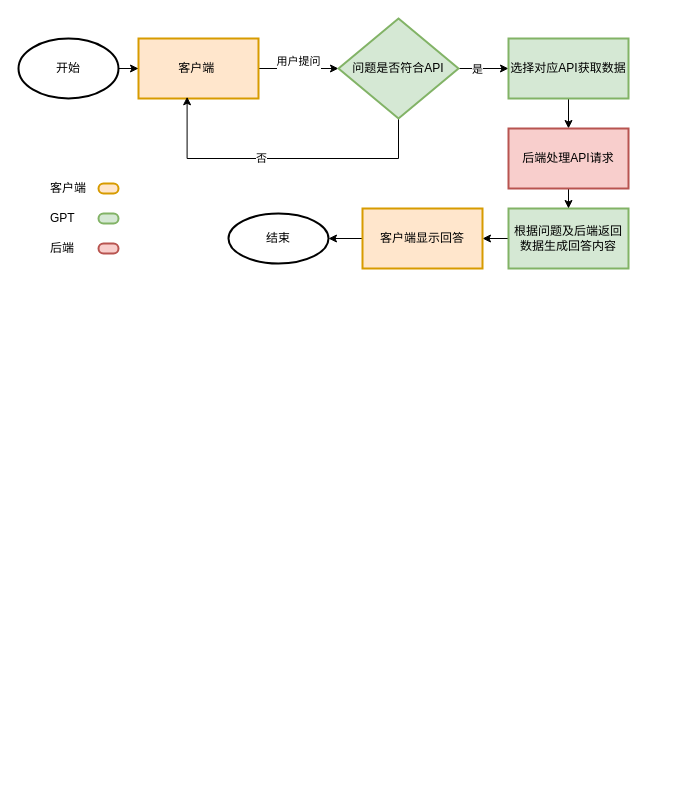
buggzd/UnityFiresimulation keeps this draw.io diagram as page "第 2 页" (2 of 2) of graph/未命名绘图.drawio. Above is the earlier version. Source tidied: cells renumbered, new cells numbered last; positions are measured from the earlier drawing's top-left corner, leaving out a move shared by most shapes. Both pictures are drawn from the tidied source at 100%, with x=0, y=0 at pixel (18, 18).
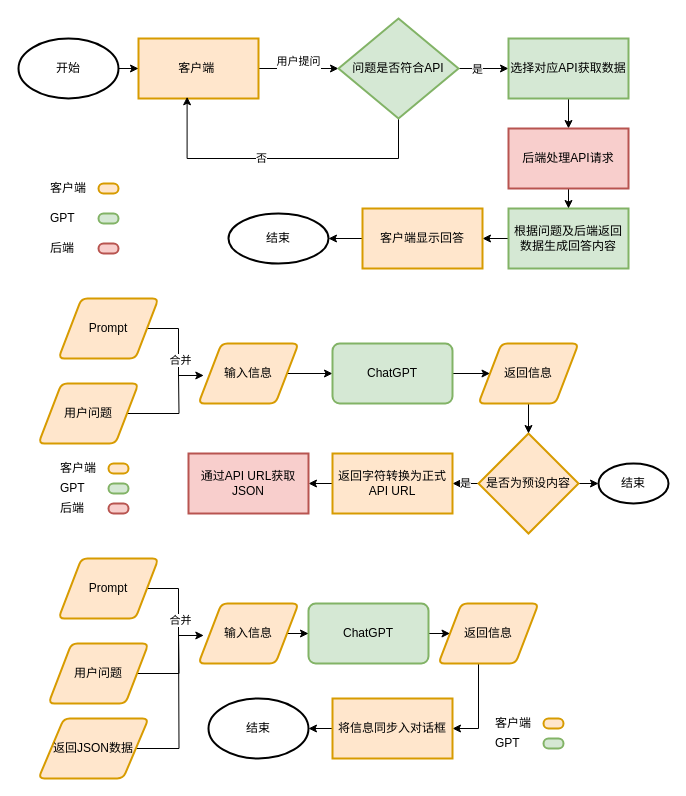
The same page after the edit.

Commit message:
更新未命名绘图.drawio

Diff of the diagram source:
```diff
@@
+    <mxCell id="26" style="edgeStyle=orthogonalEdgeStyle;rounded=0;jettySize=auto;html=1;entryX=0.053;entryY=0.533;entryDx=0;entryDy=0;entryPerimeter=0;" parent="1" edge="1" source="28" target="32">
+      <mxGeometry relative="1" as="geometry" />
+    </mxCell>
+    <mxCell id="27" value="合并" style="edgeLabel;html=1;align=center;verticalAlign=middle;" parent="26" vertex="1">
+      <mxGeometry x="0.21" y="1" relative="1" as="geometry" />
+    </mxCell>
+    <mxCell id="28" value="Prompt" style="shape=parallelogram;html=1;strokeWidth=2;perimeter=parallelogramPerimeter;whiteSpace=wrap;rounded=1;arcSize=12;size=0.23;fillColor=#ffe6cc;strokeColor=#d79b00;" parent="1" vertex="1">
+      <mxGeometry x="40" y="280" width="100" height="60" as="geometry" />
+    </mxCell>
+    <mxCell id="29" style="edgeStyle=orthogonalEdgeStyle;rounded=0;jettySize=auto;html=1;endArrow=none;endFill=0;" parent="1" edge="1" source="30">
+      <mxGeometry relative="1" as="geometry">
+        <mxPoint x="160" y="355" as="targetPoint" />
+      </mxGeometry>
+    </mxCell>
+    <mxCell id="30" value="用户问题" style="shape=parallelogram;html=1;strokeWidth=2;perimeter=parallelogramPerimeter;whiteSpace=wrap;rounded=1;arcSize=12;size=0.23;fillColor=#ffe6cc;strokeColor=#d79b00;" parent="1" vertex="1">
+      <mxGeometry x="20" y="365" width="100" height="60" as="geometry" />
+    </mxCell>
+    <mxCell id="31" style="edgeStyle=orthogonalEdgeStyle;rounded=0;jettySize=auto;html=1;" parent="1" edge="1" source="32" target="37">
+      <mxGeometry relative="1" as="geometry" />
+    </mxCell>
+    <mxCell id="32" value="输入信息" style="shape=parallelogram;html=1;strokeWidth=2;perimeter=parallelogramPerimeter;whiteSpace=wrap;rounded=1;arcSize=12;size=0.23;fillColor=#ffe6cc;strokeColor=#d79b00;" parent="1" vertex="1">
+      <mxGeometry x="180" y="325" width="100" height="60" as="geometry" />
+    </mxCell>
+    <mxCell id="33" value="是" style="edgeStyle=orthogonalEdgeStyle;rounded=0;jettySize=auto;html=1;" parent="1" edge="1" source="35" target="41">
+      <mxGeometry relative="1" as="geometry" />
+    </mxCell>
+    <mxCell id="34" style="edgeStyle=orthogonalEdgeStyle;rounded=0;jettySize=auto;html=1;" parent="1" edge="1" source="35">
+      <mxGeometry relative="1" as="geometry">
+        <mxPoint x="580" y="465" as="targetPoint" />
+      </mxGeometry>
+    </mxCell>
+    <mxCell id="35" value="是否为预设内容" style="strokeWidth=2;html=1;shape=mxgraph.flowchart.decision;whiteSpace=wrap;fillColor=#ffe6cc;strokeColor=#d79b00;" parent="1" vertex="1">
+      <mxGeometry x="460" y="415" width="100" height="100" as="geometry" />
+    </mxCell>
+    <mxCell id="36" style="edgeStyle=orthogonalEdgeStyle;rounded=0;jettySize=auto;html=1;entryX=0;entryY=0.5;entryDx=0;entryDy=0;" parent="1" edge="1" source="37" target="39">
+      <mxGeometry relative="1" as="geometry" />
+    </mxCell>
+    <mxCell id="37" value="ChatGPT" style="whiteSpace=wrap;html=1;strokeWidth=2;rounded=1;arcSize=12;fillColor=#d5e8d4;strokeColor=#82b366;" parent="1" vertex="1">
+      <mxGeometry x="314" y="325" width="120" height="60" as="geometry" />
+    </mxCell>
+    <mxCell id="38" style="edgeStyle=orthogonalEdgeStyle;rounded=0;jettySize=auto;html=1;entryX=0.5;entryY=0;entryDx=0;entryDy=0;entryPerimeter=0;" parent="1" edge="1" source="39" target="35">
+      <mxGeometry relative="1" as="geometry" />
+    </mxCell>
+    <mxCell id="39" value="返回信息" style="shape=parallelogram;html=1;strokeWidth=2;perimeter=parallelogramPerimeter;whiteSpace=wrap;rounded=1;arcSize=12;size=0.23;fillColor=#ffe6cc;strokeColor=#d79b00;" parent="1" vertex="1">
+      <mxGeometry x="460" y="325" width="100" height="60" as="geometry" />
+    </mxCell>
+    <mxCell id="40" style="edgeStyle=orthogonalEdgeStyle;rounded=0;jettySize=auto;html=1;" parent="1" edge="1" source="41" target="42">
+      <mxGeometry relative="1" as="geometry" />
+    </mxCell>
+    <mxCell id="41" value="返回字符转换为正式API URL" style="whiteSpace=wrap;html=1;strokeWidth=2;fillColor=#ffe6cc;strokeColor=#d79b00;" parent="1" vertex="1">
+      <mxGeometry x="314" y="435" width="120" height="60" as="geometry" />
+    </mxCell>
+    <mxCell id="42" value="通过API URL获取JSON" style="whiteSpace=wrap;html=1;strokeWidth=2;fillColor=#f8cecc;strokeColor=#b85450;" parent="1" vertex="1">
+      <mxGeometry x="170" y="435" width="120" height="60" as="geometry" />
+    </mxCell>
+    <mxCell id="43" style="rounded=1;whiteSpace=wrap;html=1;absoluteArcSize=1;arcSize=20;strokeWidth=2;fillColor=#ffe6cc;strokeColor=#d79b00;" parent="1" vertex="1">
+      <mxGeometry x="90" y="445" width="20" height="10" as="geometry" />
+    </mxCell>
+    <mxCell id="44" style="rounded=1;whiteSpace=wrap;html=1;absoluteArcSize=1;arcSize=20;strokeWidth=2;fillColor=#d5e8d4;strokeColor=#82b366;" parent="1" vertex="1">
+      <mxGeometry x="90" y="465" width="20" height="10" as="geometry" />
+    </mxCell>
+    <mxCell id="45" style="rounded=1;whiteSpace=wrap;html=1;absoluteArcSize=1;arcSize=20;strokeWidth=2;fillColor=#f8cecc;strokeColor=#b85450;" parent="1" vertex="1">
+      <mxGeometry x="90" y="485" width="20" height="10" as="geometry" />
+    </mxCell>
+    <mxCell id="46" value="客户端" style="text;html=1;strokeColor=none;fillColor=none;align=left;verticalAlign=middle;whiteSpace=wrap;rounded=0;" parent="1" vertex="1">
+      <mxGeometry x="40" y="435" width="60" height="30" as="geometry" />
+    </mxCell>
+    <mxCell id="47" value="GPT" style="text;html=1;strokeColor=none;fillColor=none;align=left;verticalAlign=middle;whiteSpace=wrap;rounded=0;" parent="1" vertex="1">
+      <mxGeometry x="40" y="455" width="60" height="30" as="geometry" />
+    </mxCell>
+    <mxCell id="48" value="后端" style="text;html=1;strokeColor=none;fillColor=none;align=left;verticalAlign=middle;whiteSpace=wrap;rounded=0;" parent="1" vertex="1">
+      <mxGeometry x="40" y="475" width="60" height="30" as="geometry" />
+    </mxCell>
+    <mxCell id="49" value="结束" style="strokeWidth=2;html=1;shape=mxgraph.flowchart.start_1;whiteSpace=wrap;" parent="1" vertex="1">
+      <mxGeometry x="580" y="445" width="70" height="40" as="geometry" />
+    </mxCell>
+    <mxCell id="50" style="edgeStyle=orthogonalEdgeStyle;rounded=0;jettySize=auto;html=1;entryX=0.053;entryY=0.533;entryDx=0;entryDy=0;entryPerimeter=0;" parent="1" edge="1" source="52" target="56">
+      <mxGeometry relative="1" as="geometry" />
+    </mxCell>
+    <mxCell id="51" value="合并" style="edgeLabel;html=1;align=center;verticalAlign=middle;" parent="50" vertex="1">
+      <mxGeometry x="0.21" y="1" relative="1" as="geometry" />
+    </mxCell>
+    <mxCell id="52" value="Prompt" style="shape=parallelogram;html=1;strokeWidth=2;perimeter=parallelogramPerimeter;whiteSpace=wrap;rounded=1;arcSize=12;size=0.23;fillColor=#ffe6cc;strokeColor=#d79b00;" parent="1" vertex="1">
+      <mxGeometry x="40" y="540" width="100" height="60" as="geometry" />
+    </mxCell>
+    <mxCell id="53" style="edgeStyle=orthogonalEdgeStyle;rounded=0;jettySize=auto;html=1;endArrow=none;endFill=0;" parent="1" edge="1" source="54">
+      <mxGeometry relative="1" as="geometry">
+        <mxPoint x="160" y="615" as="targetPoint" />
+      </mxGeometry>
+    </mxCell>
+    <mxCell id="54" value="用户问题" style="shape=parallelogram;html=1;strokeWidth=2;perimeter=parallelogramPerimeter;whiteSpace=wrap;rounded=1;arcSize=12;size=0.23;fillColor=#ffe6cc;strokeColor=#d79b00;" parent="1" vertex="1">
+      <mxGeometry x="30" y="625" width="100" height="60" as="geometry" />
+    </mxCell>
+    <mxCell id="55" style="edgeStyle=orthogonalEdgeStyle;rounded=0;jettySize=auto;html=1;" parent="1" edge="1" source="56" target="58">
+      <mxGeometry relative="1" as="geometry" />
+    </mxCell>
+    <mxCell id="56" value="输入信息" style="shape=parallelogram;html=1;strokeWidth=2;perimeter=parallelogramPerimeter;whiteSpace=wrap;rounded=1;arcSize=12;size=0.23;fillColor=#ffe6cc;strokeColor=#d79b00;" parent="1" vertex="1">
+      <mxGeometry x="180" y="585" width="100" height="60" as="geometry" />
+    </mxCell>
+    <mxCell id="57" style="edgeStyle=orthogonalEdgeStyle;rounded=0;jettySize=auto;html=1;entryX=0;entryY=0.5;entryDx=0;entryDy=0;" parent="1" edge="1" source="58" target="60">
+      <mxGeometry relative="1" as="geometry" />
+    </mxCell>
+    <mxCell id="58" value="ChatGPT" style="whiteSpace=wrap;html=1;strokeWidth=2;rounded=1;arcSize=12;fillColor=#d5e8d4;strokeColor=#82b366;" parent="1" vertex="1">
+      <mxGeometry x="290" y="585" width="120" height="60" as="geometry" />
+    </mxCell>
+    <mxCell id="59" style="edgeStyle=orthogonalEdgeStyle;rounded=0;jettySize=auto;html=1;entryX=1;entryY=0.5;entryDx=0;entryDy=0;" parent="1" edge="1" source="60" target="62">
+      <mxGeometry relative="1" as="geometry">
+        <Array as="points">
+          <mxPoint x="460" y="710" />
+        </Array>
+      </mxGeometry>
+    </mxCell>
+    <mxCell id="60" value="返回信息" style="shape=parallelogram;html=1;strokeWidth=2;perimeter=parallelogramPerimeter;whiteSpace=wrap;rounded=1;arcSize=12;size=0.23;fillColor=#ffe6cc;strokeColor=#d79b00;" parent="1" vertex="1">
+      <mxGeometry x="420" y="585" width="100" height="60" as="geometry" />
+    </mxCell>
+    <mxCell id="61" style="edgeStyle=orthogonalEdgeStyle;rounded=0;jettySize=auto;html=1;" parent="1" edge="1" source="62">
+      <mxGeometry relative="1" as="geometry">
+        <mxPoint x="290" y="710" as="targetPoint" />
+      </mxGeometry>
+    </mxCell>
+    <mxCell id="62" value="将信息同步入对话框" style="whiteSpace=wrap;html=1;strokeWidth=2;fillColor=#ffe6cc;strokeColor=#d79b00;" parent="1" vertex="1">
+      <mxGeometry x="314" y="680" width="120" height="60" as="geometry" />
+    </mxCell>
+    <mxCell id="63" style="rounded=1;whiteSpace=wrap;html=1;absoluteArcSize=1;arcSize=20;strokeWidth=2;fillColor=#ffe6cc;strokeColor=#d79b00;" parent="1" vertex="1">
+      <mxGeometry x="525" y="700" width="20" height="10" as="geometry" />
+    </mxCell>
+    <mxCell id="64" style="rounded=1;whiteSpace=wrap;html=1;absoluteArcSize=1;arcSize=20;strokeWidth=2;fillColor=#d5e8d4;strokeColor=#82b366;" parent="1" vertex="1">
+      <mxGeometry x="525" y="720" width="20" height="10" as="geometry" />
+    </mxCell>
+    <mxCell id="65" value="客户端" style="text;html=1;strokeColor=none;fillColor=none;align=left;verticalAlign=middle;whiteSpace=wrap;rounded=0;" parent="1" vertex="1">
+      <mxGeometry x="475" y="690" width="60" height="30" as="geometry" />
+    </mxCell>
+    <mxCell id="66" value="GPT" style="text;html=1;strokeColor=none;fillColor=none;align=left;verticalAlign=middle;whiteSpace=wrap;rounded=0;" parent="1" vertex="1">
+      <mxGeometry x="475" y="710" width="60" height="30" as="geometry" />
+    </mxCell>
+    <mxCell id="67" style="edgeStyle=orthogonalEdgeStyle;rounded=0;jettySize=auto;html=1;endArrow=none;endFill=0;" parent="1" edge="1" source="68">
+      <mxGeometry relative="1" as="geometry">
+        <mxPoint x="160" y="610" as="targetPoint" />
+      </mxGeometry>
+    </mxCell>
+    <mxCell id="68" value="返回JSON数据" style="shape=parallelogram;html=1;strokeWidth=2;perimeter=parallelogramPerimeter;whiteSpace=wrap;rounded=1;arcSize=12;size=0.23;fillColor=#ffe6cc;strokeColor=#d79b00;" parent="1" vertex="1">
+      <mxGeometry x="20" y="700" width="110" height="60" as="geometry" />
+    </mxCell>
+    <mxCell id="69" value="结束" style="strokeWidth=2;html=1;shape=mxgraph.flowchart.start_1;whiteSpace=wrap;" parent="1" vertex="1">
+      <mxGeometry x="190" y="680" width="100" height="60" as="geometry" />
+    </mxCell>
```
